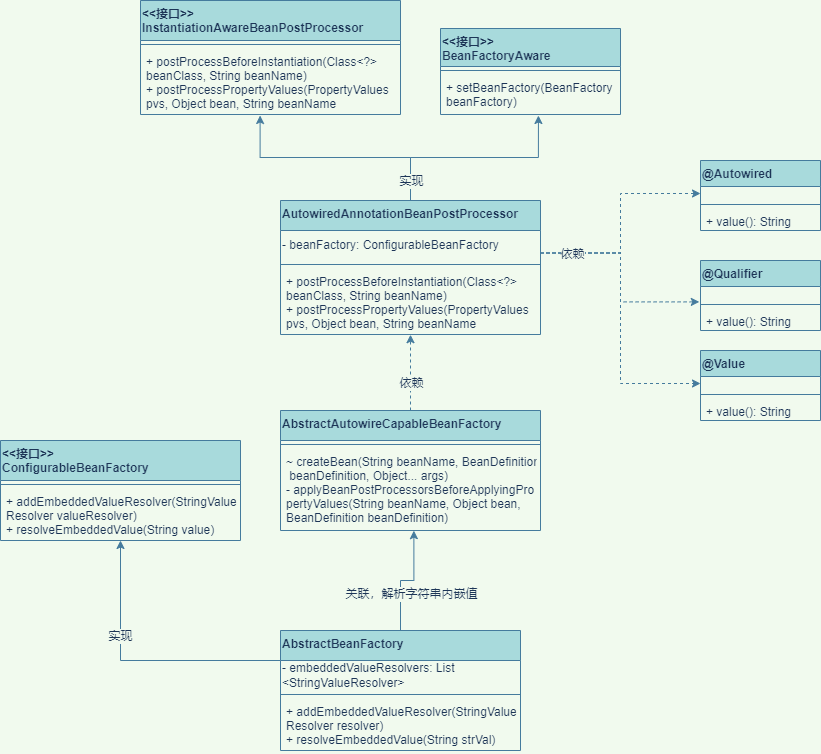
Above: wzz-spring/spring-step-14(通过注解注入信息).drawio.png in wsxzei/markdown-photos (draw.io), before the change. Source tidied: cells renumbered, new cells last; positions are measured from the earlier drawing's top-left corner, leaving out a move shared by most shapes.
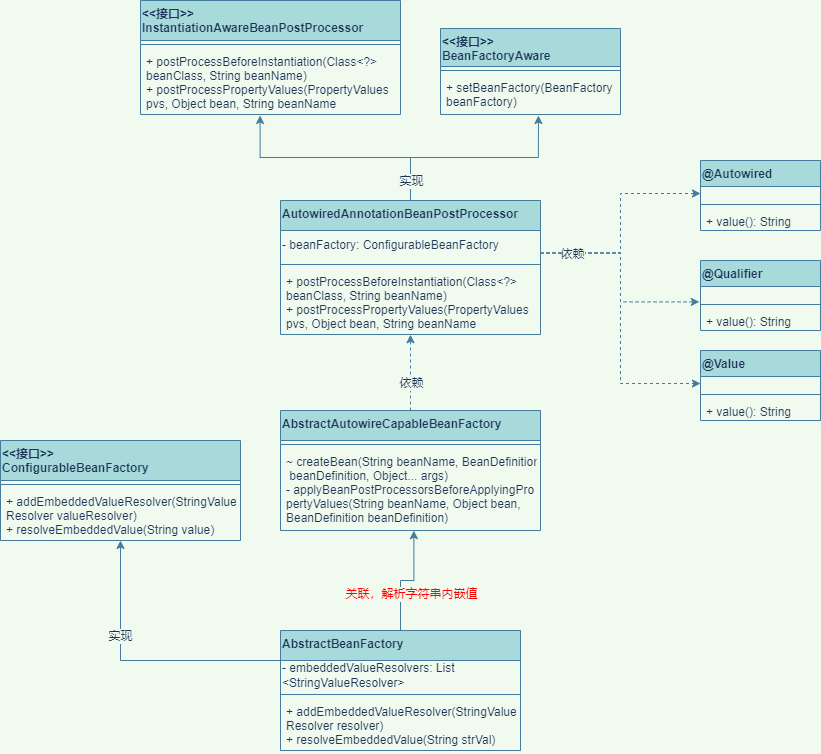
Above is the later version.

Commit message:
更新spring-step-14(通过注解注入信息).drawio.png

Change to the diagram source:
```diff
@@ -115,7 +115,7 @@
     <mxCell id="38" style="edgeStyle=orthogonalEdgeStyle;rounded=0;jettySize=auto;html=1;exitX=0.5;exitY=0;exitDx=0;exitDy=0;entryX=0.513;entryY=1.002;entryDx=0;entryDy=0;entryPerimeter=0;labelBackgroundColor=#F1FAEE;strokeColor=#457B9D;fontColor=#1D3557;" parent="1" edge="1" source="40" target="35">
       <mxGeometry relative="1" as="geometry" />
     </mxCell>
-    <mxCell id="39" value="关联，解析字符串内嵌值" style="edgeLabel;html=1;align=center;verticalAlign=middle;fontColor=#1D3557;labelBackgroundColor=#F1FAEE;" parent="38" vertex="1">
+    <mxCell id="39" value="关联，解析字符串内嵌值" style="edgeLabel;html=1;align=center;verticalAlign=middle;fontColor=#FF0000;labelBackgroundColor=#F1FAEE;" parent="38" vertex="1">
       <mxGeometry x="-0.35" y="2" relative="1" as="geometry">
         <mxPoint x="12" as="offset" />
       </mxGeometry>
```
